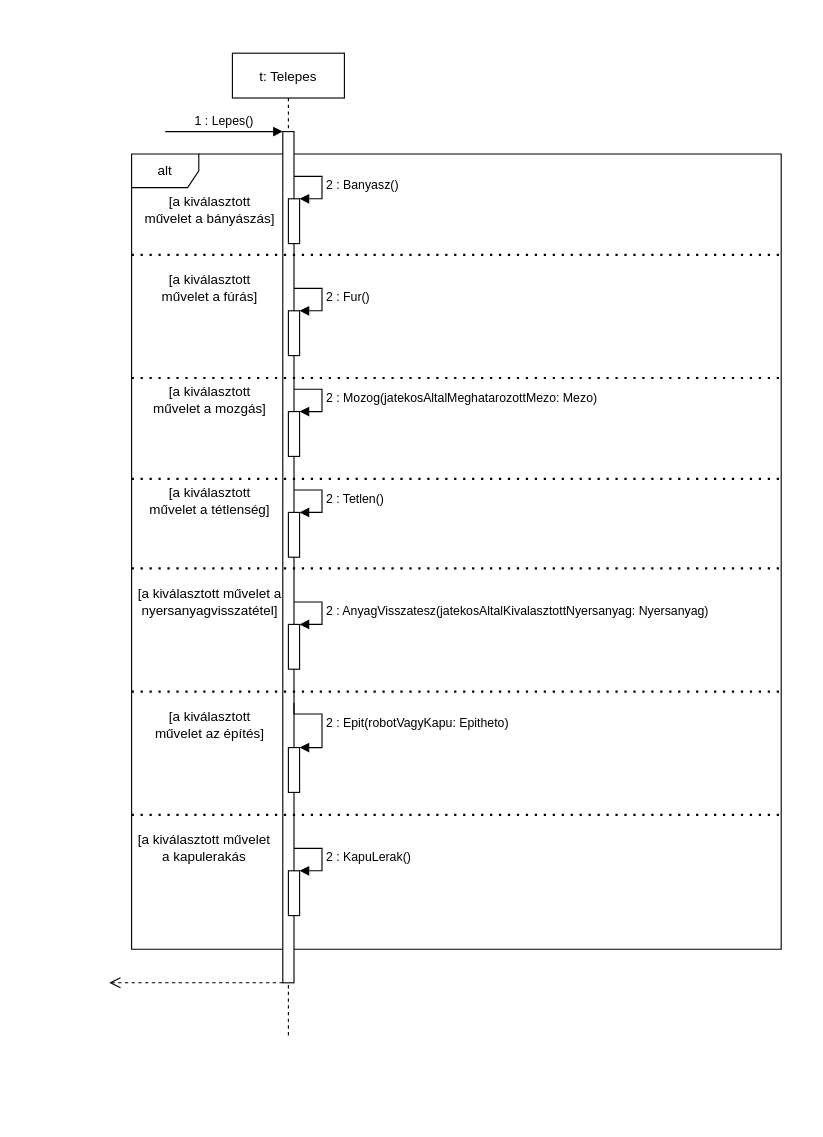
The draw.io diagram doc/uml/telepes_lepes.drawio in torpeBoiGo/aszteroidabanyaszat, before the edit. Source tidied: cells renumbered, new cells numbered last; positions are measured from the earlier drawing's top-left corner, leaving out a move shared by most shapes. Both pictures are drawn from the tidied source at 112%, with x=0, y=0 at pixel (109, 53).
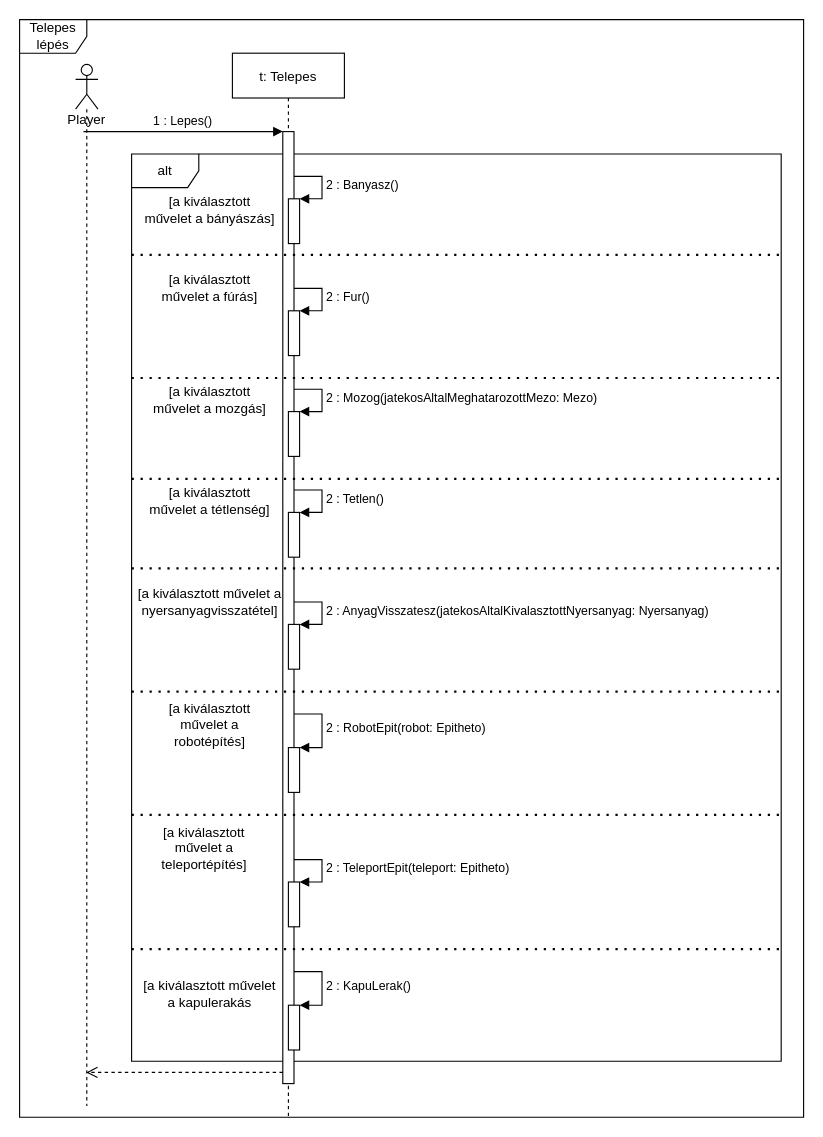
The same diagram, later.

Unchanged cells that the change refers to:
```xml
<mxCell id="17" style="html=1;points=[];perimeter=orthogonalPerimeter;" parent="1" vertex="1">
  <mxGeometry x="160" y="620" width="10" height="40" as="geometry" />
</mxCell>
```

Diff of the diagram source:
```diff
@@
+    <mxCell id="34" value="Telepes lépés" style="shape=umlFrame;whiteSpace=wrap;html=1;" parent="1" vertex="1">
+      <mxGeometry x="-80" y="-30" width="700" height="980" as="geometry" />
+    </mxCell>
     <mxCell id="2" value="alt" style="shape=umlFrame;whiteSpace=wrap;html=1;" parent="1" vertex="1">
-      <mxGeometry x="20" y="90" width="580" height="710" as="geometry" />
+      <mxGeometry x="20" y="90" width="580" height="810" as="geometry" />
     </mxCell>
     <mxCell id="3" value="t: Telepes" style="shape=umlLifeline;perimeter=lifelinePerimeter;rounded=0;shadow=0;strokeWidth=1;" parent="1" vertex="1">
-      <mxGeometry x="110" width="100" height="880" as="geometry" />
+      <mxGeometry x="110" width="100" height="950" as="geometry" />
     </mxCell>
     <mxCell id="4" style="points=[];perimeter=orthogonalPerimeter;rounded=0;shadow=0;strokeWidth=1;" parent="3" vertex="1">
-      <mxGeometry x="45" y="70" width="10" height="760" as="geometry" />
+      <mxGeometry x="45" y="70" width="10" height="850" as="geometry" />
     </mxCell>
-    <mxCell id="5" value="1 : Lepes()" style="verticalAlign=bottom;startArrow=none;endArrow=block;startSize=8;shadow=0;strokeWidth=1;startFill=0;" parent="3" edge="1" target="4">
-      <mxGeometry relative="1" as="geometry">
-        <mxPoint x="-60" y="70" as="sourcePoint" />
-      </mxGeometry>
-    </mxCell>
+    <mxCell id="35" style="html=1;points=[];perimeter=orthogonalPerimeter;" parent="3" vertex="1">
+      <mxGeometry x="50" y="740" width="10" height="40" as="geometry" />
+    </mxCell>
+    <mxCell id="36" value="2 : TeleportEpit(teleport: Epitheto)" style="edgeStyle=orthogonalEdgeStyle;html=1;align=left;spacingLeft=2;endArrow=block;rounded=0;entryX=1;entryY=0;" parent="3" edge="1" source="4" target="35">
+      <mxGeometry relative="1" as="geometry">
+        <Array as="points">
+          <mxPoint x="80" y="720" />
+          <mxPoint x="80" y="740" />
+        </Array>
+      </mxGeometry>
+    </mxCell>
-    <mxCell id="6" style="verticalAlign=bottom;endArrow=open;dashed=1;endSize=8;shadow=0;strokeWidth=1;" parent="1" edge="1" source="4">
+    <mxCell id="6" style="verticalAlign=bottom;endArrow=open;dashed=1;endSize=8;shadow=0;strokeWidth=1;" parent="1" edge="1" source="4" target="37">
       <mxGeometry relative="1" as="geometry">
-        <mxPoint y="830" as="targetPoint" />
+        <Array as="points">
+          <mxPoint x="110" y="910" />
+        </Array>
       </mxGeometry>
     </mxCell>
@@
-    <mxCell id="18" value="2 : Epit(robotVagyKapu: Epitheto)" style="edgeStyle=orthogonalEdgeStyle;html=1;align=left;spacingLeft=2;endArrow=block;rounded=0;entryX=1;entryY=0;" parent="1" edge="1" target="17">
+    <mxCell id="18" value="2 : RobotEpit(robot: Epitheto)" style="edgeStyle=orthogonalEdgeStyle;html=1;align=left;spacingLeft=2;endArrow=block;rounded=0;entryX=1;entryY=0;" parent="1" edge="1" source="4" target="17">
       <mxGeometry relative="1" as="geometry">
-        <mxPoint x="165" y="580" as="sourcePoint" />
         <Array as="points">
-          <mxPoint x="165" y="590" />
           <mxPoint x="190" y="590" />
           <mxPoint x="190" y="620" />
         </Array>
       </mxGeometry>
     </mxCell>
     <mxCell id="19" style="html=1;points=[];perimeter=orthogonalPerimeter;" parent="1" vertex="1">
-      <mxGeometry x="160" y="730" width="10" height="40" as="geometry" />
+      <mxGeometry x="160" y="850" width="10" height="40" as="geometry" />
     </mxCell>
     <mxCell id="20" value="2 : KapuLerak()" style="edgeStyle=orthogonalEdgeStyle;html=1;align=left;spacingLeft=2;endArrow=block;rounded=0;entryX=1;entryY=0;" parent="1" edge="1" target="19">
       <mxGeometry relative="1" as="geometry">
-        <mxPoint x="165" y="710" as="sourcePoint" />
+        <mxPoint x="165" y="820" as="sourcePoint" />
         <Array as="points">
-          <mxPoint x="190" y="710" />
+          <mxPoint x="165" y="820" />
+          <mxPoint x="190" y="820" />
+          <mxPoint x="190" y="850" />
         </Array>
       </mxGeometry>
     </mxCell>
@@
-    <mxCell id="32" value="[a kiválasztott művelet az építés]" style="text;html=1;strokeColor=none;fillColor=none;align=center;verticalAlign=middle;whiteSpace=wrap;rounded=0;" parent="1" vertex="1">
+    <mxCell id="32" value="[a kiválasztott művelet a robotépítés]" style="text;html=1;strokeColor=none;fillColor=none;align=center;verticalAlign=middle;whiteSpace=wrap;rounded=0;" parent="1" vertex="1">
       <mxGeometry x="30" y="590" width="120" height="20" as="geometry" />
     </mxCell>
     <mxCell id="33" value="[a kiválasztott művelet a kapulerakás" style="text;html=1;strokeColor=none;fillColor=none;align=center;verticalAlign=middle;whiteSpace=wrap;rounded=0;" parent="1" vertex="1">
-      <mxGeometry x="20" y="700" width="130" height="20" as="geometry" />
+      <mxGeometry x="25" y="830" width="130" height="20" as="geometry" />
     </mxCell>
+    <mxCell id="5" value="1 : Lepes()" style="verticalAlign=bottom;startArrow=none;endArrow=block;startSize=8;shadow=0;strokeWidth=1;startFill=0;" parent="1" edge="1" target="4">
+      <mxGeometry relative="1" as="geometry">
+        <mxPoint x="-23" y="70" as="sourcePoint" />
+      </mxGeometry>
+    </mxCell>
+    <mxCell id="37" value="Player" style="shape=umlLifeline;participant=umlActor;perimeter=lifelinePerimeter;whiteSpace=wrap;html=1;verticalAlign=top;spacingTop=36;outlineConnect=0;" parent="1" vertex="1">
+      <mxGeometry x="-30" y="10" width="20" height="930" as="geometry" />
+    </mxCell>
+    <mxCell id="38" style="endArrow=none;dashed=1;html=1;dashPattern=1 3;strokeWidth=2;" parent="1" edge="1">
+      <mxGeometry relative="1" as="geometry">
+        <mxPoint x="20" y="800" as="sourcePoint" />
+        <mxPoint x="600" y="800" as="targetPoint" />
+      </mxGeometry>
+    </mxCell>
+    <mxCell id="39" value="[a kiválasztott művelet a teleportépítés]" style="text;html=1;strokeColor=none;fillColor=none;align=center;verticalAlign=middle;whiteSpace=wrap;rounded=0;" parent="1" vertex="1">
+      <mxGeometry x="25" y="700" width="120" height="20" as="geometry" />
+    </mxCell>
```
